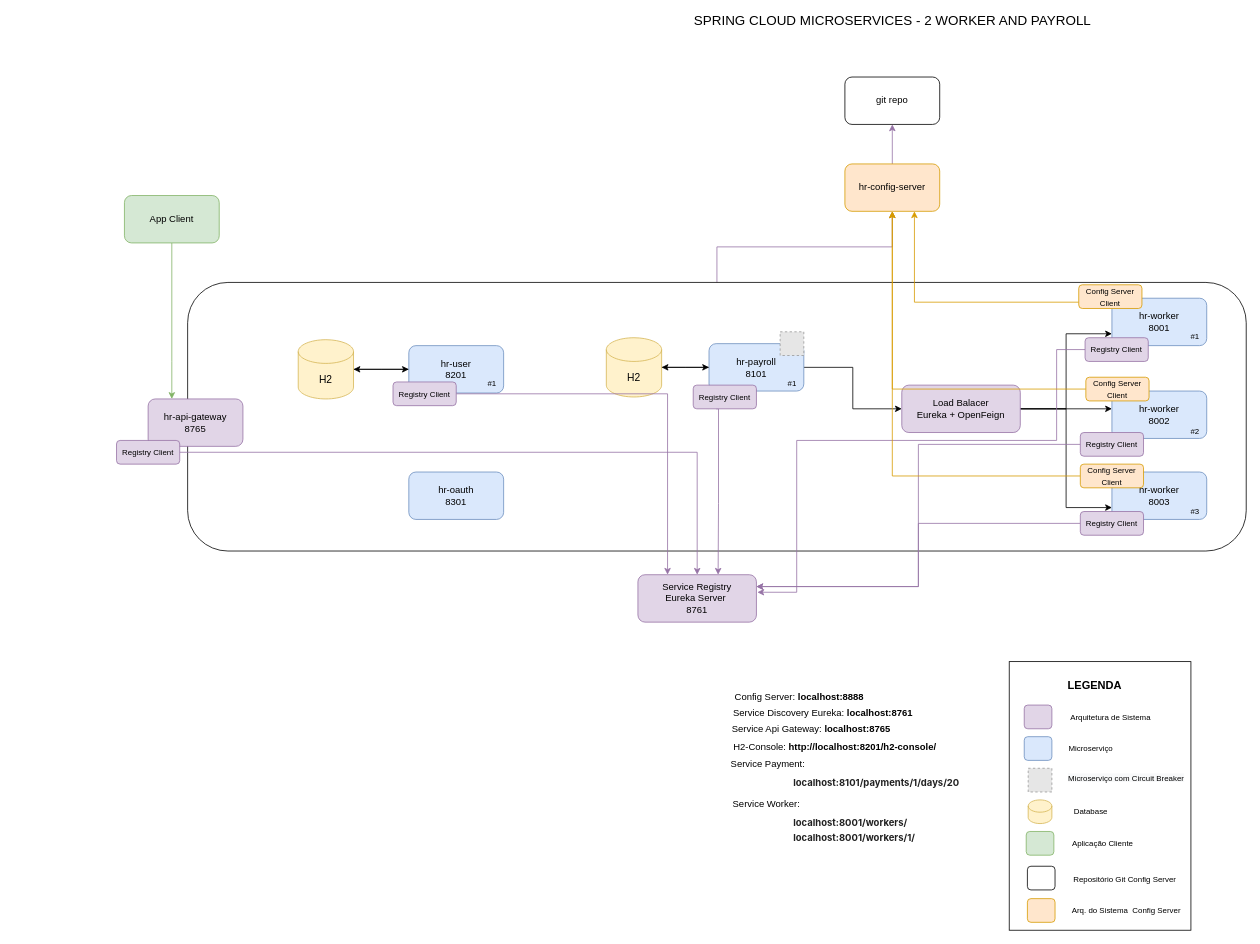
CarlosRobertoMedeiros/study-microservice-springcloud-2 keeps this draw.io diagram as Diagrama Microservico 2.drawio. Above is the earlier version. Source tidied: cells renumbered, new cells numbered last; positions are measured from the earlier drawing's top-left corner, leaving out a move shared by most shapes. Both pictures are drawn from the tidied source at 79%, with x=0, y=0 at pixel (116, 13). Pictures stored in the file or linked from it are replaced by grey dashed boxes.
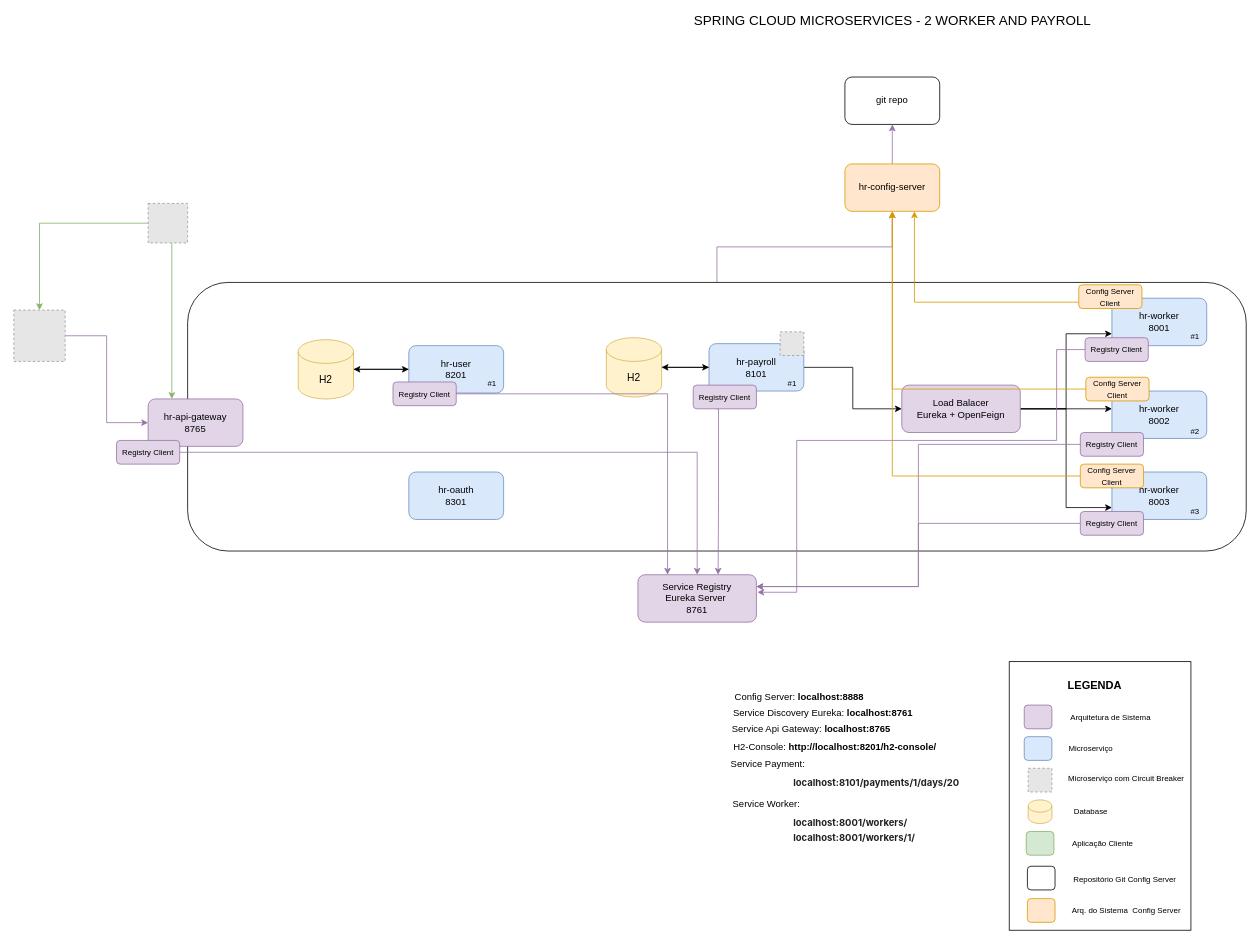
The same diagram, later.

Unchanged cells that the change refers to:
```xml
<mxCell id="42" value="hr-api-gateway&lt;br&gt;8765" style="rounded=1;whiteSpace=wrap;html=1;fillColor=#e1d5e7;strokeColor=#9673a6;" parent="1" vertex="1">
  <mxGeometry x="40" y="487.5" width="120" height="60" as="geometry" />
</mxCell>
```

What changed in the source:
```diff
@@
-    <mxCell id="45" style="edgeStyle=orthogonalEdgeStyle;rounded=0;jettySize=auto;html=1;fontSize=10;fillColor=#d5e8d4;strokeColor=#82b366;" parent="1" edge="1" source="46" target="42">
+    <mxCell id="45" style="edgeStyle=orthogonalEdgeStyle;rounded=0;jettySize=auto;html=1;fontSize=10;fillColor=#d5e8d4;strokeColor=#82b366;" parent="1" edge="1" target="42">
       <mxGeometry relative="1" as="geometry">
+        <mxPoint x="70" y="290" as="sourcePoint" />
         <Array as="points">
           <mxPoint x="70" y="440" />
           <mxPoint x="70" y="440" />
         </Array>
       </mxGeometry>
     </mxCell>
-    <mxCell id="46" value="App Client" style="rounded=1;whiteSpace=wrap;html=1;fillColor=#d5e8d4;strokeColor=#82b366;" parent="1" vertex="1">
-      <mxGeometry x="10" y="230" width="120" height="60" as="geometry" />
-    </mxCell>
@@
+    <mxCell id="79" style="edgeStyle=orthogonalEdgeStyle;rounded=0;jettySize=auto;html=1;entryX=0;entryY=0.5;entryDx=0;entryDy=0;fillColor=#e1d5e7;strokeColor=#9673a6;" parent="1" edge="1" source="80" target="42">
+      <mxGeometry relative="1" as="geometry" />
+    </mxCell>
+    <mxCell id="80" style="fillColor=#E6E6E6;strokeColor=#999999;dashed=1;verticalLabelPosition=bottom;labelBackgroundColor=default;verticalAlign=top;" parent="1" vertex="1">
+      <mxGeometry x="-130" y="375" width="65" height="65" as="geometry" />
+    </mxCell>
+    <mxCell id="81" style="edgeStyle=orthogonalEdgeStyle;rounded=0;jettySize=auto;html=1;fillColor=#d5e8d4;strokeColor=#82b366;" parent="1" edge="1" source="82" target="80">
+      <mxGeometry relative="1" as="geometry" />
+    </mxCell>
+    <mxCell id="82" style="fillColor=#E6E6E6;strokeColor=#999999;dashed=1;verticalLabelPosition=bottom;labelBackgroundColor=default;verticalAlign=top;" parent="1" vertex="1">
+      <mxGeometry x="40" y="240" width="50" height="50" as="geometry" />
+    </mxCell>
```
